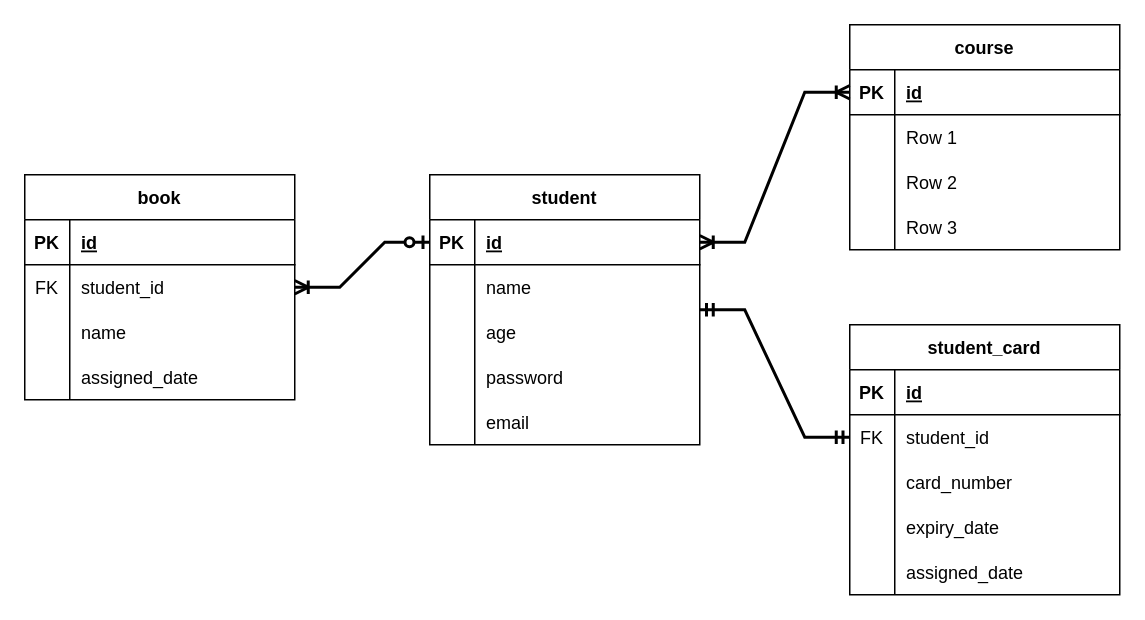
Above: design.drawio in gitosamakhan/student-service (draw.io), before the change. Source tidied: cells renumbered, new cells numbered last; positions are measured from the earlier drawing's top-left corner, leaving out a move shared by most shapes. Both pictures are drawn from the tidied source at 150%, with x=0, y=0 at pixel (24, 24).
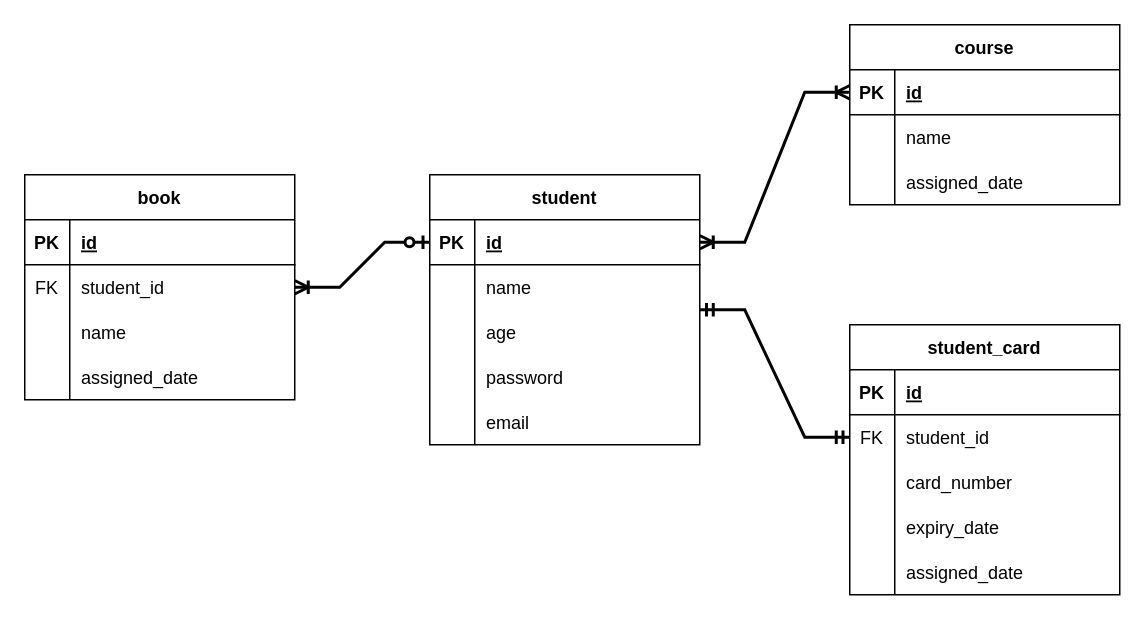
After the change.

Commit message (it also covers changes not shown here):
Implementing ERD using spring data jpa

Unchanged cells that the change refers to:
```xml
<mxCell id="35" style="shape=tableRow;horizontal=0;startSize=0;swimlaneHead=0;swimlaneBody=0;fillColor=none;top=0;left=0;right=0;bottom=0;" parent="31" vertex="1">
  <mxGeometry y="60" width="180" height="30" as="geometry" />
</mxCell>
<mxCell id="38" style="shape=tableRow;horizontal=0;startSize=0;swimlaneHead=0;swimlaneBody=0;fillColor=none;top=0;left=0;right=0;bottom=0;" parent="31" vertex="1">
  <mxGeometry y="90" width="180" height="30" as="geometry" />
</mxCell>
```

Diff of the diagram source:
```diff
@@
     <mxCell id="31" value="course" style="shape=table;startSize=30;childLayout=tableLayout;rowLines=0;fontStyle=1;align=center;" parent="1" vertex="1">
-      <mxGeometry x="550" width="180" height="150" as="geometry" />
+      <mxGeometry x="550" width="180" height="120" as="geometry" />
     </mxCell>
@@
-    <mxCell id="37" value="Row 1" style="shape=partialRectangle;fillColor=none;top=0;left=0;bottom=0;right=0;align=left;spacingLeft=6;overflow=hidden;" parent="35" vertex="1">
+    <mxCell id="37" value="name" style="shape=partialRectangle;fillColor=none;top=0;left=0;bottom=0;right=0;align=left;spacingLeft=6;overflow=hidden;" parent="35" vertex="1">
       <mxGeometry x="30" width="150" height="30" as="geometry" />
     </mxCell>
@@
-    <mxCell id="40" value="Row 2" style="shape=partialRectangle;fillColor=none;top=0;left=0;bottom=0;right=0;align=left;spacingLeft=6;overflow=hidden;" parent="38" vertex="1">
+    <mxCell id="40" value="assigned_date" style="shape=partialRectangle;fillColor=none;top=0;left=0;bottom=0;right=0;align=left;spacingLeft=6;overflow=hidden;" parent="38" vertex="1">
       <mxGeometry x="30" width="150" height="30" as="geometry" />
     </mxCell>
-    <mxCell id="41" style="shape=tableRow;horizontal=0;startSize=0;swimlaneHead=0;swimlaneBody=0;fillColor=none;top=0;left=0;right=0;bottom=0;" parent="31" vertex="1">
-      <mxGeometry y="120" width="180" height="30" as="geometry" />
-    </mxCell>
-    <mxCell id="42" style="shape=partialRectangle;fillColor=none;top=0;left=0;bottom=0;right=0;overflow=hidden;" parent="41" vertex="1">
-      <mxGeometry width="30" height="30" as="geometry" />
-    </mxCell>
-    <mxCell id="43" value="Row 3" style="shape=partialRectangle;fillColor=none;top=0;left=0;bottom=0;right=0;align=left;spacingLeft=6;overflow=hidden;" parent="41" vertex="1">
-      <mxGeometry x="30" width="150" height="30" as="geometry" />
-    </mxCell>
```
